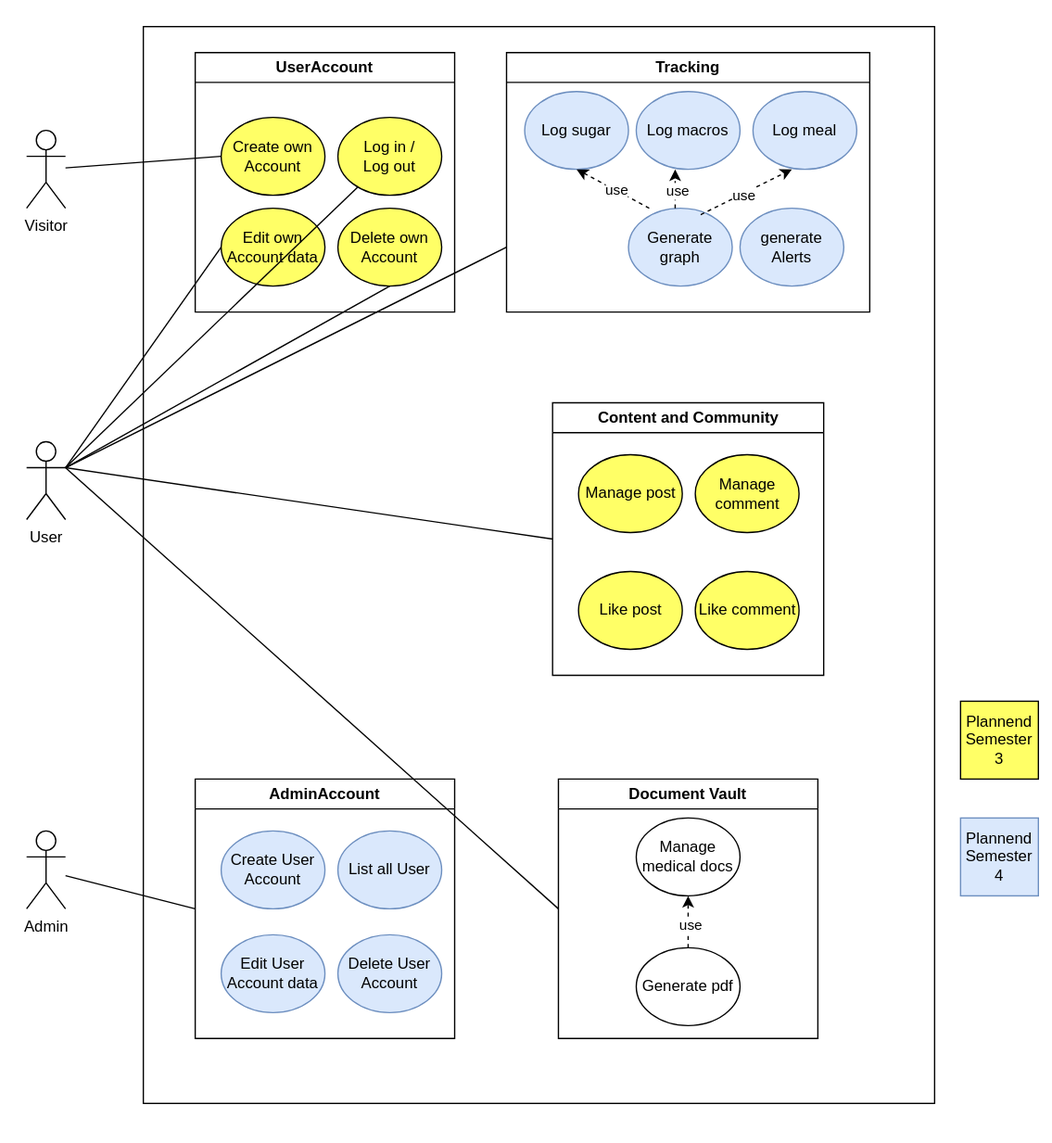
This is docs/UCD2.drawio.svg from millisom/GluGuide, a draw.io export, as it was before one commit. Source tidied: cells renumbered, new cells last; positions are measured from the earlier drawing's top-left corner, leaving out a move shared by most shapes.
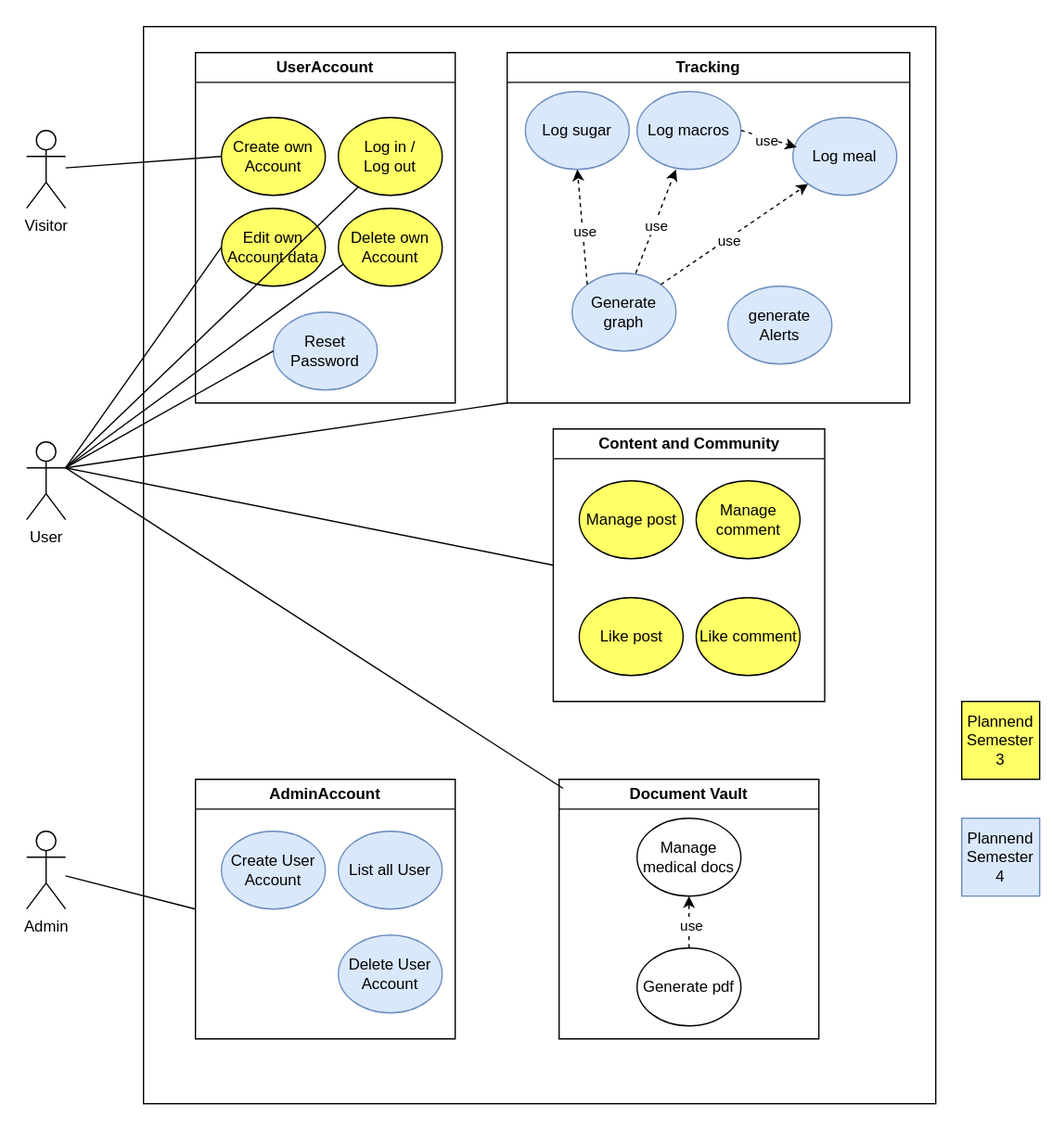
After the change.

The edit, as a diff of the source:
```diff
@@ -18,7 +18,7 @@
       <mxGeometry x="110" y="50" width="80" height="60" as="geometry" />
     </mxCell>
     <mxCell id="7" value="UserAccount" style="swimlane;whiteSpace=wrap;html=1;" parent="3" vertex="1">
-      <mxGeometry width="200" height="200" as="geometry" />
+      <mxGeometry width="200" height="270" as="geometry" />
     </mxCell>
     <mxCell id="8" value="Edit own Account data" style="ellipse;whiteSpace=wrap;html=1;fillColor=#FFFF66;" parent="7" vertex="1">
       <mxGeometry x="20" y="120" width="80" height="60" as="geometry" />
@@ -26,22 +26,20 @@
     <mxCell id="9" value="Delete own Account" style="ellipse;whiteSpace=wrap;html=1;fillColor=#FFFF66;" parent="7" vertex="1">
       <mxGeometry x="110" y="120" width="80" height="60" as="geometry" />
     </mxCell>
-    <mxCell id="10" style="edgeStyle=orthogonalEdgeStyle;rounded=0;jettySize=auto;html=1;exitX=0.5;exitY=1;exitDx=0;exitDy=0;entryX=0.23;entryY=0.265;entryDx=0;entryDy=0;entryPerimeter=0;" parent="3" edge="1" source="7" target="4">
-      <mxGeometry relative="1" as="geometry" />
-    </mxCell>
+    <mxCell id="24" value="Reset Password" style="ellipse;whiteSpace=wrap;html=1;fillColor=#dae8fc;strokeColor=#6c8ebf;" parent="7" vertex="1">
+      <mxGeometry x="60" y="200" width="80" height="60" as="geometry" />
+    </mxCell>
     <mxCell id="11" value="Generate graph" style="ellipse;whiteSpace=wrap;html=1;fillColor=#dae8fc;strokeColor=#6c8ebf;" parent="3" vertex="1">
-      <mxGeometry x="334" y="120" width="80" height="60" as="geometry" />
+      <mxGeometry x="290" y="170" width="80" height="60" as="geometry" />
     </mxCell>
     <mxCell id="12" value="Log meal" style="ellipse;whiteSpace=wrap;html=1;fillColor=#dae8fc;strokeColor=#6c8ebf;" parent="3" vertex="1">
-      <mxGeometry x="430" y="30" width="80" height="60" as="geometry" />
+      <mxGeometry x="460" y="50" width="80" height="60" as="geometry" />
     </mxCell>
     <mxCell id="13" value="Log sugar" style="ellipse;whiteSpace=wrap;html=1;fillColor=#dae8fc;strokeColor=#6c8ebf;" parent="3" vertex="1">
       <mxGeometry x="254" y="30" width="80" height="60" as="geometry" />
     </mxCell>
-    <mxCell id="14" style="endArrow=classic;html=1;rounded=0;dashed=1;exitX=0.5;exitY=1;exitDx=0;exitDy=0;entryX=0.5;entryY=1;entryDx=0;entryDy=0;" parent="3" edge="1" target="13">
-      <mxGeometry relative="1" as="geometry">
-        <mxPoint x="350" y="120" as="sourcePoint" />
-      </mxGeometry>
+    <mxCell id="14" style="endArrow=classic;html=1;rounded=0;dashed=1;exitX=0;exitY=0;exitDx=0;exitDy=0;entryX=0.5;entryY=1;entryDx=0;entryDy=0;" parent="3" edge="1" source="11" target="13">
+      <mxGeometry relative="1" as="geometry" />
     </mxCell>
     <mxCell id="15" value="use" style="edgeLabel;html=1;align=center;verticalAlign=middle;" parent="14" vertex="1">
       <mxGeometry x="-0.09" y="-1" relative="1" as="geometry" />
@@ -49,11 +47,8 @@
     <mxCell id="16" value="Log macros" style="ellipse;whiteSpace=wrap;html=1;fillColor=#dae8fc;strokeColor=#6c8ebf;" parent="3" vertex="1">
       <mxGeometry x="340" y="30" width="80" height="60" as="geometry" />
     </mxCell>
-    <mxCell id="17" value="generate Alerts" style="ellipse;whiteSpace=wrap;html=1;fillColor=#dae8fc;strokeColor=#6c8ebf;" parent="3" vertex="1">
-      <mxGeometry x="420" y="120" width="80" height="60" as="geometry" />
-    </mxCell>
     <mxCell id="18" value="Content and Community" style="swimlane;whiteSpace=wrap;html=1;" parent="3" vertex="1">
-      <mxGeometry x="275.5" y="270" width="209" height="210" as="geometry" />
+      <mxGeometry x="275.5" y="290" width="209" height="210" as="geometry" />
     </mxCell>
     <mxCell id="19" value="Manage post" style="ellipse;whiteSpace=wrap;html=1;fillColor=#FFFF66;" parent="18" vertex="1">
       <mxGeometry x="20" y="40" width="80" height="60" as="geometry" />
@@ -70,9 +65,6 @@
     <mxCell id="23" value="AdminAccount" style="swimlane;whiteSpace=wrap;html=1;" parent="3" vertex="1">
       <mxGeometry y="560" width="200" height="200" as="geometry" />
     </mxCell>
-    <mxCell id="24" value="Edit User Account data" style="ellipse;whiteSpace=wrap;html=1;fillColor=#dae8fc;strokeColor=#6c8ebf;" parent="23" vertex="1">
-      <mxGeometry x="20" y="120" width="80" height="60" as="geometry" />
-    </mxCell>
     <mxCell id="25" value="Delete User Account" style="ellipse;whiteSpace=wrap;html=1;fillColor=#dae8fc;strokeColor=#6c8ebf;" parent="23" vertex="1">
       <mxGeometry x="110" y="120" width="80" height="60" as="geometry" />
     </mxCell>
@@ -82,9 +74,24 @@
     <mxCell id="27" value="List all User" style="ellipse;whiteSpace=wrap;html=1;fillColor=#dae8fc;strokeColor=#6c8ebf;" parent="23" vertex="1">
       <mxGeometry x="110" y="40" width="80" height="60" as="geometry" />
     </mxCell>
+    <mxCell id="44" style="endArrow=classic;html=1;rounded=0;dashed=1;exitX=1;exitY=0;exitDx=0;exitDy=0;entryX=0;entryY=1;entryDx=0;entryDy=0;" parent="3" edge="1" source="11" target="12">
+      <mxGeometry relative="1" as="geometry" />
+    </mxCell>
+    <mxCell id="45" value="use" style="edgeLabel;html=1;align=center;verticalAlign=middle;" parent="44" vertex="1">
+      <mxGeometry x="-0.09" y="-1" relative="1" as="geometry" />
+    </mxCell>
+    <mxCell id="51" style="endArrow=classic;html=1;rounded=0;dashed=1;exitX=1;exitY=0.5;exitDx=0;exitDy=0;entryX=0.038;entryY=0.383;entryDx=0;entryDy=0;entryPerimeter=0;" parent="3" edge="1" source="16" target="12">
+      <mxGeometry relative="1" as="geometry" />
+    </mxCell>
+    <mxCell id="52" value="use" style="edgeLabel;html=1;align=center;verticalAlign=middle;" parent="51" vertex="1">
+      <mxGeometry x="-0.09" y="-1" relative="1" as="geometry" />
+    </mxCell>
     <mxCell id="28" value="Tracking" style="swimlane;whiteSpace=wrap;html=1;" parent="1" vertex="1">
-      <mxGeometry x="390" y="40" width="280" height="200" as="geometry" />
+      <mxGeometry x="390" y="40" width="310" height="270" as="geometry" />
     </mxCell>
+    <mxCell id="17" value="generate Alerts" style="ellipse;whiteSpace=wrap;html=1;fillColor=#dae8fc;strokeColor=#6c8ebf;" parent="28" vertex="1">
+      <mxGeometry x="170" y="180" width="80" height="60" as="geometry" />
+    </mxCell>
     <mxCell id="29" value="Document Vault" style="swimlane;whiteSpace=wrap;html=1;" parent="1" vertex="1">
       <mxGeometry x="430" y="600" width="200" height="200" as="geometry" />
     </mxCell>
@@ -117,7 +124,7 @@
         <mxPoint x="50" y="360" as="sourcePoint" />
       </mxGeometry>
     </mxCell>
-    <mxCell id="39" style="endArrow=none;html=1;rounded=0;entryX=0;entryY=0.75;entryDx=0;entryDy=0;" parent="1" edge="1" target="28">
+    <mxCell id="39" style="endArrow=none;html=1;rounded=0;entryX=0;entryY=1;entryDx=0;entryDy=0;" parent="1" edge="1" target="28">
       <mxGeometry relative="1" as="geometry">
         <mxPoint x="50" y="360" as="sourcePoint" />
       </mxGeometry>
@@ -127,35 +134,26 @@
         <mxPoint x="50" y="360" as="sourcePoint" />
       </mxGeometry>
     </mxCell>
-    <mxCell id="41" style="endArrow=none;html=1;rounded=0;exitX=0;exitY=0.5;exitDx=0;exitDy=0;" parent="1" edge="1" source="29">
+    <mxCell id="41" style="endArrow=none;html=1;rounded=0;exitX=0.015;exitY=0.035;exitDx=0;exitDy=0;exitPerimeter=0;" parent="1" edge="1" source="29">
       <mxGeometry relative="1" as="geometry">
         <mxPoint x="50" y="360" as="targetPoint" />
       </mxGeometry>
     </mxCell>
-    <mxCell id="42" style="endArrow=classic;html=1;rounded=0;dashed=1;" parent="1" edge="1">
+    <mxCell id="42" style="endArrow=classic;html=1;rounded=0;dashed=1;exitX=0.613;exitY=0;exitDx=0;exitDy=0;exitPerimeter=0;" parent="1" edge="1" source="11">
       <mxGeometry relative="1" as="geometry">
-        <mxPoint x="520" y="160" as="sourcePoint" />
         <mxPoint x="520" y="130" as="targetPoint" />
       </mxGeometry>
     </mxCell>
     <mxCell id="43" value="use" style="edgeLabel;html=1;align=center;verticalAlign=middle;" parent="42" vertex="1">
       <mxGeometry x="-0.09" y="-1" relative="1" as="geometry" />
     </mxCell>
-    <mxCell id="44" style="endArrow=classic;html=1;rounded=0;dashed=1;exitX=0.696;exitY=0.083;exitDx=0;exitDy=0;exitPerimeter=0;" parent="1" edge="1" source="11">
-      <mxGeometry relative="1" as="geometry">
-        <mxPoint x="610" y="130" as="targetPoint" />
-      </mxGeometry>
-    </mxCell>
-    <mxCell id="45" value="use" style="edgeLabel;html=1;align=center;verticalAlign=middle;" parent="44" vertex="1">
-      <mxGeometry x="-0.09" y="-1" relative="1" as="geometry" />
-    </mxCell>
     <mxCell id="46" value="Plannend&lt;br&gt;Semester 3" style="rounded=0;whiteSpace=wrap;html=1;fillColor=#FFFF66;" parent="1" vertex="1">
       <mxGeometry x="740" y="540" width="60" height="60" as="geometry" />
     </mxCell>
     <mxCell id="47" value="Plannend&lt;br&gt;Semester&lt;br&gt;4" style="rounded=0;whiteSpace=wrap;html=1;fillColor=#dae8fc;strokeColor=#6c8ebf;" parent="1" vertex="1">
       <mxGeometry x="740" y="630" width="60" height="60" as="geometry" />
     </mxCell>
-    <mxCell id="48" style="endArrow=none;html=1;rounded=0;entryX=0.5;entryY=1;entryDx=0;entryDy=0;" parent="1" edge="1" target="9">
+    <mxCell id="48" style="endArrow=none;html=1;rounded=0;entryX=0.05;entryY=0.717;entryDx=0;entryDy=0;entryPerimeter=0;" parent="1" edge="1" target="9">
       <mxGeometry relative="1" as="geometry">
         <mxPoint x="50" y="360" as="sourcePoint" />
       </mxGeometry>
@@ -170,5 +168,10 @@
         <mxPoint x="50" y="674.4" as="sourcePoint" />
       </mxGeometry>
     </mxCell>
+    <mxCell id="53" style="endArrow=none;html=1;rounded=0;entryX=0;entryY=0.5;entryDx=0;entryDy=0;" parent="1" edge="1" target="24">
+      <mxGeometry relative="1" as="geometry">
+        <mxPoint x="50" y="360" as="sourcePoint" />
+      </mxGeometry>
+    </mxCell>
   </root>
 </mxGraphModel>
```
